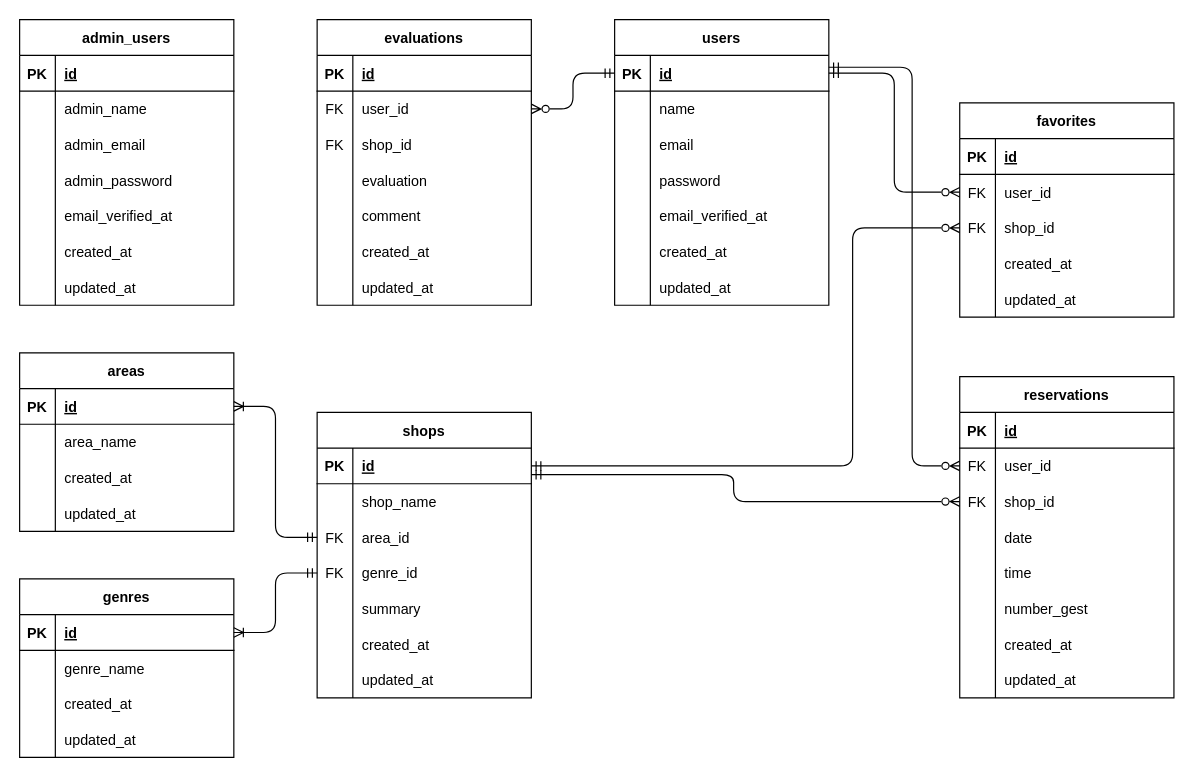
The draw.io diagram rese_ER.dio in ayuka-maruyama/rese_2024, before the edit. Source tidied: cells renumbered, new cells numbered last; positions are measured from the earlier drawing's top-left corner, leaving out a move shared by most shapes. Both pictures are drawn from the tidied source at 119%, with x=0, y=0 at pixel (19, 19).
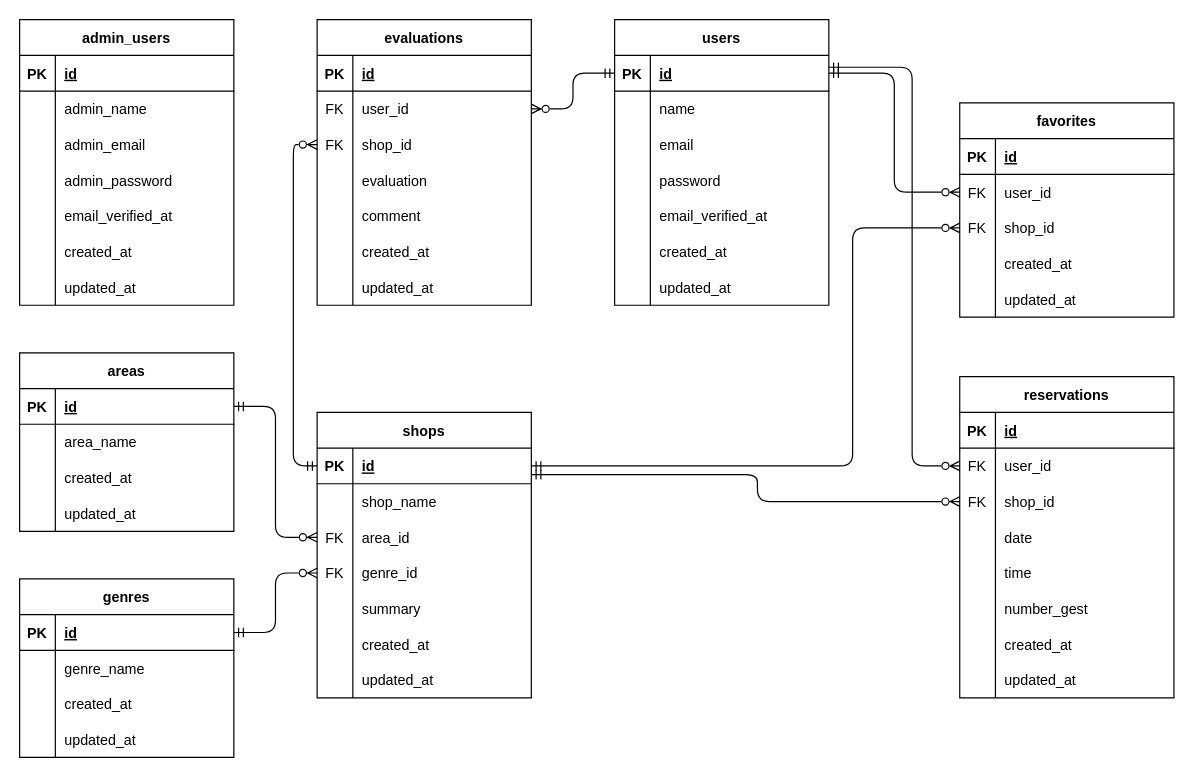
Above is the later version.

Commit message:
ER図のリレーション追加及び修正

Unchanged cells that the change refers to:
```xml
<mxCell id="41" style="shape=tableRow;horizontal=0;startSize=0;swimlaneHead=0;swimlaneBody=0;fillColor=none;points=[[0,0.5],[1,0.5]];portConstraint=eastwest;top=0;left=0;right=0;bottom=1;" parent="40" vertex="1">
  <mxGeometry y="30" width="180" height="30" as="geometry" />
</mxCell>
<mxCell id="47" style="shape=tableRow;horizontal=0;startSize=0;swimlaneHead=0;swimlaneBody=0;fillColor=none;points=[[0,0.5],[1,0.5]];portConstraint=eastwest;top=0;left=0;right=0;bottom=0;" parent="40" vertex="1">
  <mxGeometry y="90" width="180" height="30" as="geometry" />
</mxCell>
<mxCell id="50" style="shape=tableRow;horizontal=0;startSize=0;swimlaneHead=0;swimlaneBody=0;fillColor=none;points=[[0,0.5],[1,0.5]];portConstraint=eastwest;top=0;left=0;right=0;bottom=0;" parent="40" vertex="1">
  <mxGeometry y="120" width="180" height="30" as="geometry" />
</mxCell>
<mxCell id="63" style="shape=tableRow;horizontal=0;startSize=0;swimlaneHead=0;swimlaneBody=0;fillColor=none;points=[[0,0.5],[1,0.5]];portConstraint=eastwest;top=0;left=0;right=0;bottom=1;" parent="62" vertex="1">
  <mxGeometry y="30" width="180" height="30" as="geometry" />
</mxCell>
<mxCell id="76" style="shape=tableRow;horizontal=0;startSize=0;swimlaneHead=0;swimlaneBody=0;fillColor=none;points=[[0,0.5],[1,0.5]];portConstraint=eastwest;top=0;left=0;right=0;bottom=1;" parent="75" vertex="1">
  <mxGeometry y="30" width="180" height="30" as="geometry" />
</mxCell>
<mxCell id="95" style="shape=tableRow;horizontal=0;startSize=0;swimlaneHead=0;swimlaneBody=0;fillColor=none;points=[[0,0.5],[1,0.5]];portConstraint=eastwest;top=0;left=0;right=0;bottom=0;" parent="88" vertex="1">
  <mxGeometry y="90" width="180" height="30" as="geometry" />
</mxCell>
<mxCell id="142" style="shape=tableRow;horizontal=0;startSize=0;swimlaneHead=0;swimlaneBody=0;fillColor=none;points=[[0,0.5],[1,0.5]];portConstraint=eastwest;top=0;left=0;right=0;bottom=0;" parent="135" vertex="1">
  <mxGeometry y="90" width="180" height="30" as="geometry" />
</mxCell>
```

Change to the diagram source:
```diff
@@
-    <mxCell id="157" style="edgeStyle=orthogonalEdgeStyle;html=1;exitX=1;exitY=0.5;exitDx=0;exitDy=0;entryX=0;entryY=0.5;entryDx=0;entryDy=0;startArrow=ERoneToMany;startFill=0;endArrow=ERmandOne;endFill=0;" parent="1" edge="1" source="63" target="47">
+    <mxCell id="157" style="edgeStyle=orthogonalEdgeStyle;html=1;exitX=1;exitY=0.5;exitDx=0;exitDy=0;entryX=0;entryY=0.5;entryDx=0;entryDy=0;startArrow=ERmandOne;startFill=0;endArrow=ERzeroToMany;endFill=0;" parent="1" edge="1" source="63" target="47">
       <mxGeometry relative="1" as="geometry" />
     </mxCell>
-    <mxCell id="158" style="edgeStyle=orthogonalEdgeStyle;html=1;exitX=1;exitY=0.5;exitDx=0;exitDy=0;entryX=0;entryY=0.5;entryDx=0;entryDy=0;startArrow=ERoneToMany;startFill=0;endArrow=ERmandOne;endFill=0;" parent="1" edge="1" source="76" target="50">
+    <mxCell id="158" style="edgeStyle=orthogonalEdgeStyle;html=1;exitX=1;exitY=0.5;exitDx=0;exitDy=0;entryX=0;entryY=0.5;entryDx=0;entryDy=0;startArrow=ERmandOne;startFill=0;endArrow=ERzeroToMany;endFill=0;" parent="1" edge="1" source="76" target="50">
       <mxGeometry relative="1" as="geometry" />
     </mxCell>
@@
     <mxCell id="163" style="edgeStyle=orthogonalEdgeStyle;html=1;exitX=0;exitY=0.5;exitDx=0;exitDy=0;startArrow=ERzeroToMany;startFill=0;endArrow=ERmandOne;endFill=0;entryX=1;entryY=0.747;entryDx=0;entryDy=0;entryPerimeter=0;" parent="1" edge="1" source="95" target="41">
       <mxGeometry relative="1" as="geometry">
         <Array as="points">
-          <mxPoint x="600" y="405" />
-          <mxPoint x="600" y="382" />
+          <mxPoint x="620" y="405" />
+          <mxPoint x="620" y="382" />
         </Array>
       </mxGeometry>
     </mxCell>
+    <mxCell id="164" style="edgeStyle=none;html=1;exitX=0;exitY=0.5;exitDx=0;exitDy=0;entryX=0;entryY=0.5;entryDx=0;entryDy=0;startArrow=ERzeroToMany;startFill=0;endArrow=ERmandOne;endFill=0;" parent="1" edge="1" source="142" target="41">
+      <mxGeometry relative="1" as="geometry">
+        <Array as="points">
+          <mxPoint x="230" y="105" />
+          <mxPoint x="230" y="240" />
+          <mxPoint x="230" y="375" />
+        </Array>
+      </mxGeometry>
+    </mxCell>
```
